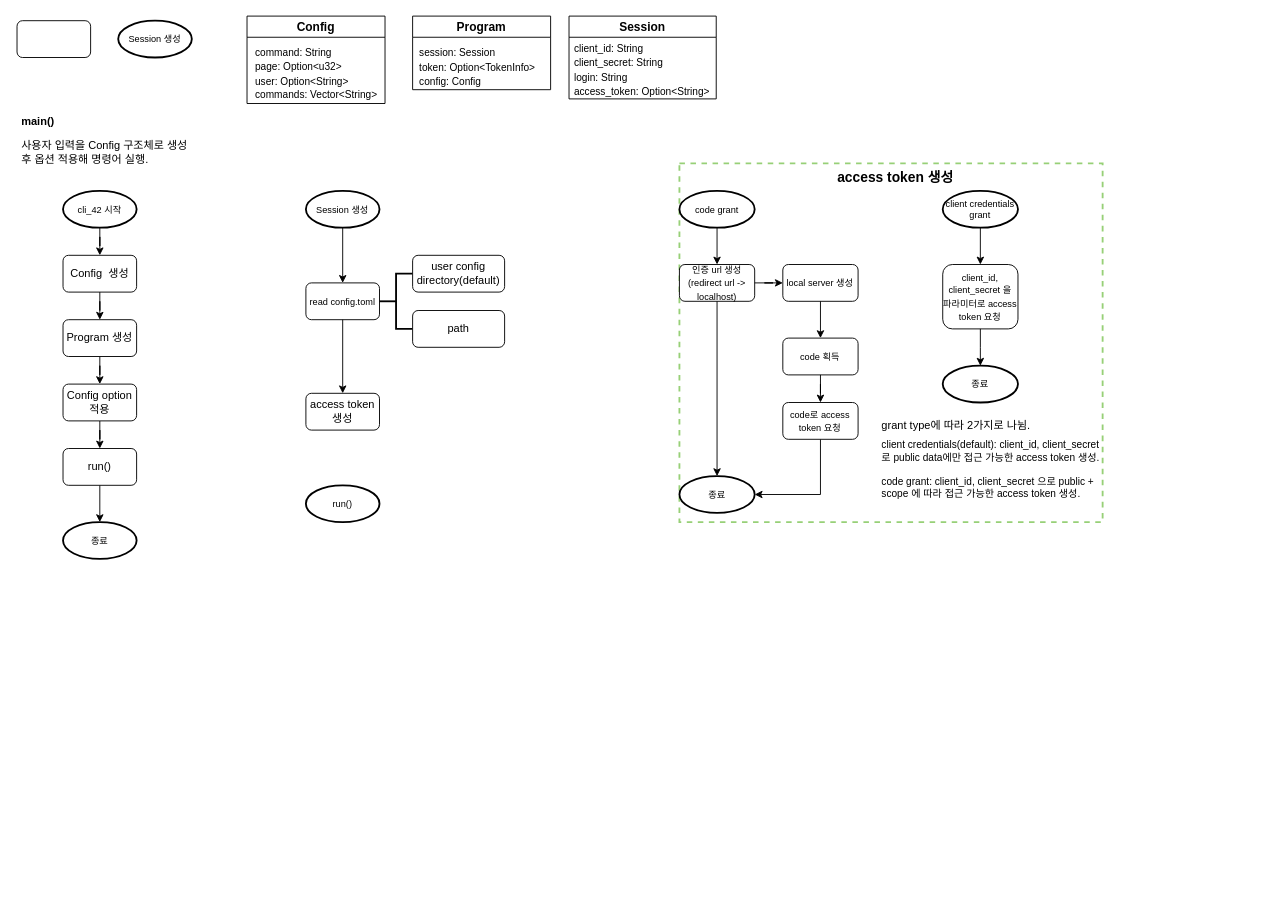
Before: Untitled Diagram.drawio in 42joonpark/icp, a draw.io diagram. Source tidied: cells renumbered, new cells numbered last; positions are measured from the earlier drawing's top-left corner, leaving out a move shared by most shapes. Both pictures are drawn from the tidied source at 92%, with x=0, y=0 at pixel (17, 16).
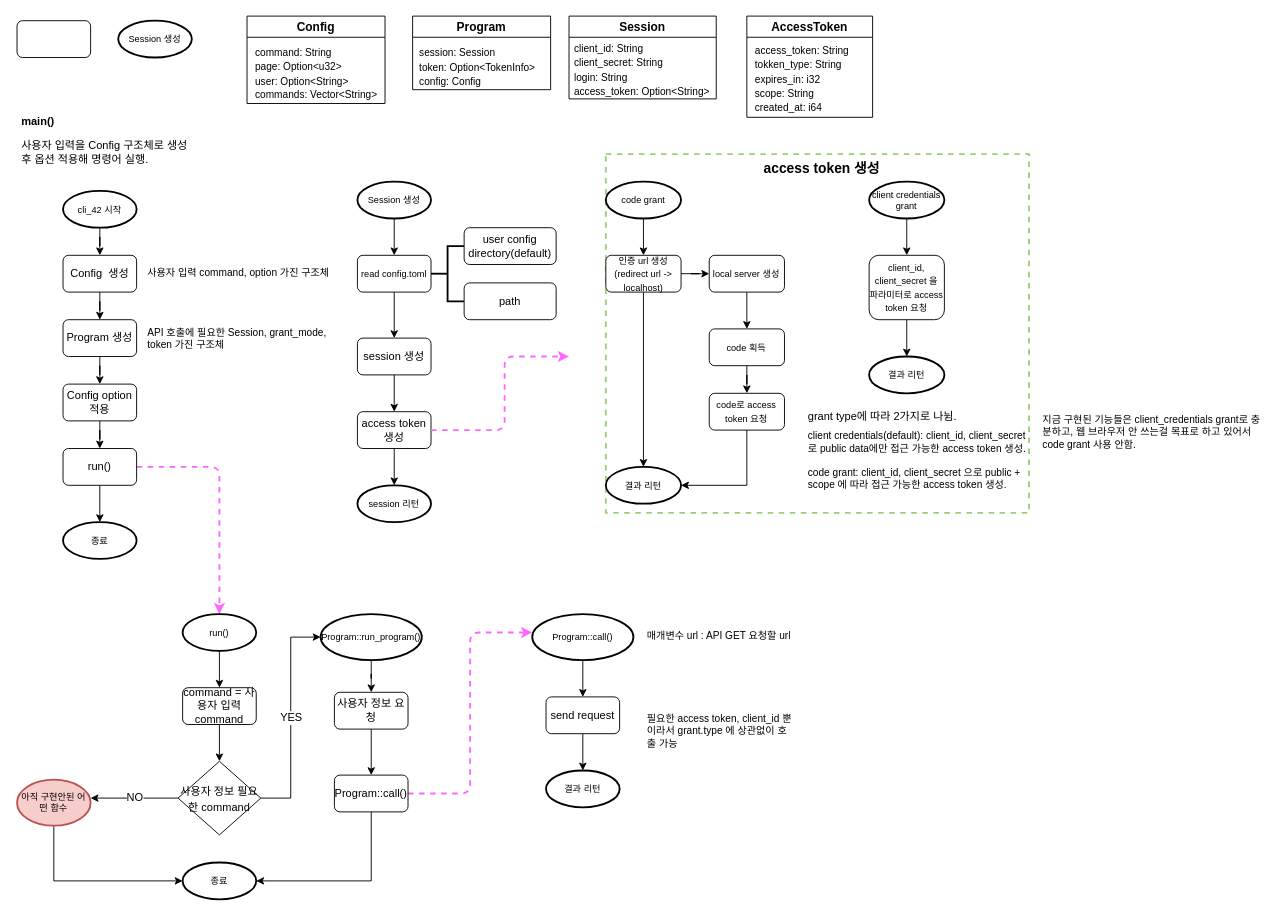
The same diagram, later.

The change refers to these unchanged cells:
```xml
<mxCell id="8" value="run()" style="rounded=1;whiteSpace=wrap;html=1;" parent="1" vertex="1">
  <mxGeometry x="50" y="470" width="80" height="40" as="geometry" />
</mxCell>
<mxCell id="33" style="group;strokeColor=none;strokeWidth=2;rounded=0;fillColor=none;perimeterSpacing=0;glass=0;sketch=0;shadow=0;" parent="32" vertex="1">
  <mxGeometry y="30" width="460" height="360" as="geometry" />
</mxCell>
```

Diff of the diagram source:
```diff
@@
+    <mxCell id="53" style="edgeStyle=orthogonalEdgeStyle;rounded=1;jettySize=auto;html=1;entryX=0.5;entryY=0;entryDx=0;entryDy=0;entryPerimeter=0;fontSize=12;dashed=1;strokeWidth=2;strokeColor=#FF66FF;" parent="1" edge="1" source="8" target="25">
+      <mxGeometry relative="1" as="geometry" />
+    </mxCell>
@@
-    <mxCell id="14" value="access token 생성" style="rounded=1;whiteSpace=wrap;html=1;" parent="1" vertex="1">
-      <mxGeometry x="314" y="410" width="80" height="40" as="geometry" />
-    </mxCell>
@@
-    <mxCell id="19" style="edgeStyle=orthogonalEdgeStyle;rounded=0;jettySize=auto;html=1;fontSize=11;" parent="1" edge="1" source="20" target="27">
-      <mxGeometry relative="1" as="geometry" />
-    </mxCell>
-    <mxCell id="20" value="&lt;font size=&quot;1&quot;&gt;Session 생성&lt;/font&gt;" style="strokeWidth=2;html=1;shape=mxgraph.flowchart.start_1;whiteSpace=wrap;fontSize=10;" parent="1" vertex="1">
-      <mxGeometry x="314" y="190" width="80" height="40" as="geometry" />
-    </mxCell>
@@
+    <mxCell id="54" style="edgeStyle=orthogonalEdgeStyle;rounded=0;jettySize=auto;html=1;fontSize=12;" parent="1" edge="1" source="25" target="58">
+      <mxGeometry relative="1" as="geometry" />
+    </mxCell>
     <mxCell id="25" value="&lt;font size=&quot;1&quot;&gt;run()&lt;/font&gt;" style="strokeWidth=2;html=1;shape=mxgraph.flowchart.start_1;whiteSpace=wrap;fontSize=10;" parent="1" vertex="1">
-      <mxGeometry x="314" y="510" width="80" height="40" as="geometry" />
+      <mxGeometry x="180" y="650" width="80" height="40" as="geometry" />
     </mxCell>
-    <mxCell id="26" style="group;" parent="1" vertex="1">
-      <mxGeometry x="314" y="260" width="216" height="100" as="geometry" />
-    </mxCell>
-    <mxCell id="27" value="&lt;font style=&quot;font-size: 10px&quot;&gt;read config.toml&lt;/font&gt;" style="rounded=1;whiteSpace=wrap;html=1;" parent="26" vertex="1">
-      <mxGeometry y="30" width="80" height="40" as="geometry" />
-    </mxCell>
-    <mxCell id="28" style="strokeWidth=2;html=1;shape=mxgraph.flowchart.annotation_2;align=left;labelPosition=right;fontSize=11;" parent="26" vertex="1">
-      <mxGeometry x="80" y="20" width="36" height="60" as="geometry" />
-    </mxCell>
-    <mxCell id="29" value="user config directory(default)" style="rounded=1;whiteSpace=wrap;html=1;" parent="26" vertex="1">
-      <mxGeometry x="116" width="100" height="40" as="geometry" />
-    </mxCell>
-    <mxCell id="30" value="path" style="rounded=1;whiteSpace=wrap;html=1;" parent="26" vertex="1">
-      <mxGeometry x="116" y="60" width="100" height="40" as="geometry" />
-    </mxCell>
-    <mxCell id="31" style="edgeStyle=orthogonalEdgeStyle;rounded=0;jettySize=auto;html=1;entryX=0.5;entryY=0;entryDx=0;entryDy=0;fontSize=11;" parent="1" edge="1" source="27" target="14">
-      <mxGeometry relative="1" as="geometry" />
-    </mxCell>
+    <mxCell id="55" value="AccessToken" style="swimlane;fontSize=13;startSize=23;" parent="1" vertex="1">
+      <mxGeometry x="793.3" width="136.7" height="110" as="geometry" />
+    </mxCell>
+    <mxCell id="56" value="&lt;div style=&quot;text-align: left&quot;&gt;&lt;span style=&quot;font-size: 11px&quot;&gt;access_token: String&lt;/span&gt;&lt;/div&gt;&lt;div style=&quot;text-align: left&quot;&gt;&lt;span style=&quot;font-size: 11px&quot;&gt;tokken_type: String&lt;/span&gt;&lt;/div&gt;&lt;div style=&quot;text-align: left&quot;&gt;&lt;span style=&quot;font-size: 11px&quot;&gt;expires_in: i32&lt;/span&gt;&lt;/div&gt;&lt;div style=&quot;text-align: left&quot;&gt;&lt;span style=&quot;font-size: 11px&quot;&gt;scope: String&lt;/span&gt;&lt;/div&gt;&lt;div style=&quot;text-align: left&quot;&gt;&lt;span style=&quot;font-size: 11px&quot;&gt;created_at: i64&lt;/span&gt;&lt;/div&gt;" style="text;html=1;align=center;verticalAlign=middle;strokeColor=none;fillColor=none;fontSize=13;" parent="55" vertex="1">
+      <mxGeometry y="23" width="120" height="90" as="geometry" />
+    </mxCell>
+    <mxCell id="57" style="edgeStyle=orthogonalEdgeStyle;rounded=0;jettySize=auto;html=1;entryX=0.5;entryY=0;entryDx=0;entryDy=0;entryPerimeter=0;fontSize=12;" parent="1" edge="1" source="58" target="63">
+      <mxGeometry relative="1" as="geometry" />
+    </mxCell>
+    <mxCell id="58" value="command = 사용자 입력 command" style="rounded=1;whiteSpace=wrap;html=1;" parent="1" vertex="1">
+      <mxGeometry x="180" y="730" width="80" height="40" as="geometry" />
+    </mxCell>
+    <mxCell id="59" style="edgeStyle=orthogonalEdgeStyle;rounded=0;jettySize=auto;html=1;fontSize=12;" parent="1" edge="1" source="60" target="66">
+      <mxGeometry relative="1" as="geometry" />
+    </mxCell>
+    <mxCell id="60" value="&lt;font size=&quot;1&quot;&gt;Program::run_program()&lt;/font&gt;" style="strokeWidth=2;html=1;shape=mxgraph.flowchart.start_1;whiteSpace=wrap;fontSize=10;" parent="1" vertex="1">
+      <mxGeometry x="330" y="650" width="110" height="50" as="geometry" />
+    </mxCell>
+    <mxCell id="61" value="YES" style="edgeStyle=orthogonalEdgeStyle;rounded=0;jettySize=auto;html=1;entryX=0;entryY=0.5;entryDx=0;entryDy=0;entryPerimeter=0;fontSize=12;" parent="1" edge="1" source="63" target="60">
+      <mxGeometry relative="1" as="geometry" />
+    </mxCell>
+    <mxCell id="62" value="NO" style="edgeStyle=orthogonalEdgeStyle;rounded=0;jettySize=auto;html=1;fontSize=12;" parent="1" edge="1" source="63">
+      <mxGeometry relative="1" as="geometry">
+        <mxPoint x="80" y="850" as="targetPoint" />
+      </mxGeometry>
+    </mxCell>
+    <mxCell id="63" value="&lt;span style=&quot;font-size: 12px&quot;&gt;사용자 정보 필요한 command&lt;/span&gt;" style="strokeWidth=1;html=1;shape=mxgraph.flowchart.decision;whiteSpace=wrap;rounded=0;shadow=0;glass=0;sketch=0;fontSize=15;fillColor=none;" parent="1" vertex="1">
+      <mxGeometry x="175" y="810" width="90" height="80" as="geometry" />
+    </mxCell>
+    <mxCell id="64" value="&lt;font size=&quot;1&quot;&gt;종료&lt;/font&gt;" style="strokeWidth=2;html=1;shape=mxgraph.flowchart.start_1;whiteSpace=wrap;fontSize=10;" parent="1" vertex="1">
+      <mxGeometry x="180" y="920" width="80" height="40" as="geometry" />
+    </mxCell>
+    <mxCell id="65" style="edgeStyle=orthogonalEdgeStyle;rounded=0;jettySize=auto;html=1;fontSize=12;" parent="1" edge="1" source="66" target="71">
+      <mxGeometry relative="1" as="geometry" />
+    </mxCell>
+    <mxCell id="66" value="사용자 정보 요청" style="rounded=1;whiteSpace=wrap;html=1;" parent="1" vertex="1">
+      <mxGeometry x="345" y="735" width="80" height="40" as="geometry" />
+    </mxCell>
+    <mxCell id="67" style="edgeStyle=orthogonalEdgeStyle;rounded=0;jettySize=auto;html=1;fontSize=12;entryX=0;entryY=0.5;entryDx=0;entryDy=0;entryPerimeter=0;" parent="1" edge="1" source="68" target="64">
+      <mxGeometry relative="1" as="geometry">
+        <Array as="points">
+          <mxPoint x="40" y="940" />
+        </Array>
+      </mxGeometry>
+    </mxCell>
+    <mxCell id="68" value="&lt;font size=&quot;1&quot;&gt;아직 구현안된 어떤 함수&lt;/font&gt;" style="strokeWidth=2;html=1;shape=mxgraph.flowchart.start_1;whiteSpace=wrap;fontSize=10;fillColor=#f8cecc;strokeColor=#b85450;" parent="1" vertex="1">
+      <mxGeometry y="830" width="80" height="50" as="geometry" />
+    </mxCell>
+    <mxCell id="69" style="edgeStyle=orthogonalEdgeStyle;rounded=0;jettySize=auto;html=1;entryX=1;entryY=0.5;entryDx=0;entryDy=0;entryPerimeter=0;fontSize=12;" parent="1" edge="1" source="71" target="64">
+      <mxGeometry relative="1" as="geometry">
+        <Array as="points">
+          <mxPoint x="385" y="940" />
+        </Array>
+      </mxGeometry>
+    </mxCell>
+    <mxCell id="70" style="edgeStyle=orthogonalEdgeStyle;rounded=1;jettySize=auto;html=1;entryX=0;entryY=0.4;entryDx=0;entryDy=0;entryPerimeter=0;dashed=1;fontSize=12;strokeColor=#FF66FF;strokeWidth=2;" parent="1" edge="1" source="71" target="73">
+      <mxGeometry relative="1" as="geometry" />
+    </mxCell>
+    <mxCell id="71" value="Program::call()" style="rounded=1;whiteSpace=wrap;html=1;" parent="1" vertex="1">
+      <mxGeometry x="345" y="825" width="80" height="40" as="geometry" />
+    </mxCell>
+    <mxCell id="72" style="edgeStyle=orthogonalEdgeStyle;rounded=0;jettySize=auto;html=1;entryX=0.5;entryY=0;entryDx=0;entryDy=0;fontSize=12;" parent="1" edge="1" source="73" target="76">
+      <mxGeometry relative="1" as="geometry" />
+    </mxCell>
+    <mxCell id="73" value="&lt;font size=&quot;1&quot;&gt;Program::call()&lt;/font&gt;" style="strokeWidth=2;html=1;shape=mxgraph.flowchart.start_1;whiteSpace=wrap;fontSize=10;" parent="1" vertex="1">
+      <mxGeometry x="560" y="650" width="110" height="50" as="geometry" />
+    </mxCell>
+    <mxCell id="74" value="&lt;br&gt;매개변수 url : API GET 요청할 url" style="text;html=1;strokeColor=none;fillColor=none;spacing=5;spacingTop=-20;whiteSpace=wrap;overflow=hidden;rounded=0;fontSize=11;" parent="1" vertex="1">
+      <mxGeometry x="680" y="665" width="170" height="20" as="geometry" />
+    </mxCell>
+    <mxCell id="75" style="edgeStyle=orthogonalEdgeStyle;rounded=0;jettySize=auto;html=1;fontSize=12;" parent="1" edge="1" source="76" target="78">
+      <mxGeometry relative="1" as="geometry" />
+    </mxCell>
+    <mxCell id="76" value="send request" style="rounded=1;whiteSpace=wrap;html=1;" parent="1" vertex="1">
+      <mxGeometry x="575" y="740" width="80" height="40" as="geometry" />
+    </mxCell>
+    <mxCell id="77" value="&lt;br&gt;필요한 access token, client_id 뿐이라서 grant.type 에 상관없이 호출 가능" style="text;html=1;strokeColor=none;fillColor=none;spacing=5;spacingTop=-20;whiteSpace=wrap;overflow=hidden;rounded=0;fontSize=11;" parent="1" vertex="1">
+      <mxGeometry x="680" y="755" width="170" height="45" as="geometry" />
+    </mxCell>
+    <mxCell id="78" value="&lt;font size=&quot;1&quot;&gt;결과 리턴&lt;/font&gt;" style="strokeWidth=2;html=1;shape=mxgraph.flowchart.start_1;whiteSpace=wrap;fontSize=10;" parent="1" vertex="1">
+      <mxGeometry x="575" y="820" width="80" height="40" as="geometry" />
+    </mxCell>
+    <mxCell id="79" style="group;" parent="1" vertex="1">
+      <mxGeometry x="640" y="150" width="715.3" height="390" as="geometry" />
+    </mxCell>
-    <mxCell id="32" style="group;strokeColor=#97D077;dashed=1;strokeWidth=2;" parent="1" vertex="1">
-      <mxGeometry x="720" y="160" width="460" height="390" as="geometry" />
+    <mxCell id="32" style="group;strokeColor=#97D077;dashed=1;strokeWidth=2;" parent="79" vertex="1">
+      <mxGeometry width="460" height="390" as="geometry" />
     </mxCell>
@@
-    <mxCell id="39" value="&lt;font size=&quot;1&quot;&gt;종료&lt;/font&gt;" style="strokeWidth=2;html=1;shape=mxgraph.flowchart.start_1;whiteSpace=wrap;fontSize=10;" parent="33" vertex="1">
+    <mxCell id="39" value="&lt;font size=&quot;1&quot;&gt;결과 리턴&lt;/font&gt;" style="strokeWidth=2;html=1;shape=mxgraph.flowchart.start_1;whiteSpace=wrap;fontSize=10;" parent="33" vertex="1">
       <mxGeometry y="310" width="81.8" height="40" as="geometry" />
     </mxCell>
@@
-    <mxCell id="49" value="&lt;font size=&quot;1&quot;&gt;종료&lt;/font&gt;" style="strokeWidth=2;html=1;shape=mxgraph.flowchart.start_1;whiteSpace=wrap;fontSize=10;" parent="33" vertex="1">
+    <mxCell id="49" value="&lt;font size=&quot;1&quot;&gt;결과 리턴&lt;/font&gt;" style="strokeWidth=2;html=1;shape=mxgraph.flowchart.start_1;whiteSpace=wrap;fontSize=10;" parent="33" vertex="1">
       <mxGeometry x="286.2" y="190" width="81.8" height="40" as="geometry" />
     </mxCell>
@@
+    <mxCell id="80" value="&lt;br&gt;지금 구현된 기능들은 client_credentials grant로 충분하고, 웹 브라우저 안 쓰는걸 목표로 하고 있어서 code grant 사용 안함." style="text;html=1;strokeColor=none;fillColor=none;spacing=5;spacingTop=-20;whiteSpace=wrap;overflow=hidden;rounded=0;fontSize=11;" parent="79" vertex="1">
+      <mxGeometry x="470" y="280" width="245.3" height="50" as="geometry" />
+    </mxCell>
+    <mxCell id="81" style="group;" parent="1" vertex="1">
+      <mxGeometry x="370" y="180" width="216" height="370" as="geometry" />
+    </mxCell>
+    <mxCell id="14" value="session 생성" style="rounded=1;whiteSpace=wrap;html=1;" parent="81" vertex="1">
+      <mxGeometry y="170" width="80" height="40" as="geometry" />
+    </mxCell>
+    <mxCell id="20" value="&lt;font size=&quot;1&quot;&gt;Session 생성&lt;/font&gt;" style="strokeWidth=2;html=1;shape=mxgraph.flowchart.start_1;whiteSpace=wrap;fontSize=10;" parent="81" vertex="1">
+      <mxGeometry width="80" height="40" as="geometry" />
+    </mxCell>
+    <mxCell id="26" style="group;" parent="81" vertex="1">
+      <mxGeometry y="50" width="216" height="100" as="geometry" />
+    </mxCell>
+    <mxCell id="27" value="&lt;font style=&quot;font-size: 10px&quot;&gt;read config.toml&lt;/font&gt;" style="rounded=1;whiteSpace=wrap;html=1;" parent="26" vertex="1">
+      <mxGeometry y="30" width="80" height="40" as="geometry" />
+    </mxCell>
+    <mxCell id="28" style="strokeWidth=2;html=1;shape=mxgraph.flowchart.annotation_2;align=left;labelPosition=right;fontSize=11;" parent="26" vertex="1">
+      <mxGeometry x="80" y="20" width="36" height="60" as="geometry" />
+    </mxCell>
+    <mxCell id="29" value="user config directory(default)" style="rounded=1;whiteSpace=wrap;html=1;" parent="26" vertex="1">
+      <mxGeometry x="116" width="100" height="40" as="geometry" />
+    </mxCell>
+    <mxCell id="30" value="path" style="rounded=1;whiteSpace=wrap;html=1;" parent="26" vertex="1">
+      <mxGeometry x="116" y="60" width="100" height="40" as="geometry" />
+    </mxCell>
+    <mxCell id="19" style="edgeStyle=orthogonalEdgeStyle;rounded=0;jettySize=auto;html=1;fontSize=11;" parent="81" edge="1" source="20" target="27">
+      <mxGeometry relative="1" as="geometry" />
+    </mxCell>
+    <mxCell id="31" style="edgeStyle=orthogonalEdgeStyle;rounded=0;jettySize=auto;html=1;entryX=0.5;entryY=0;entryDx=0;entryDy=0;fontSize=11;" parent="81" edge="1" source="27" target="14">
+      <mxGeometry relative="1" as="geometry" />
+    </mxCell>
+    <mxCell id="82" value="access token 생성" style="rounded=1;whiteSpace=wrap;html=1;" parent="81" vertex="1">
+      <mxGeometry y="250" width="80" height="40" as="geometry" />
+    </mxCell>
+    <mxCell id="83" style="edgeStyle=orthogonalEdgeStyle;rounded=0;jettySize=auto;html=1;fontSize=15;" parent="81" edge="1" source="14" target="82">
+      <mxGeometry relative="1" as="geometry" />
+    </mxCell>
+    <mxCell id="84" value="&lt;font size=&quot;1&quot;&gt;session 리턴&lt;/font&gt;" style="strokeWidth=2;html=1;shape=mxgraph.flowchart.start_1;whiteSpace=wrap;fontSize=10;" parent="81" vertex="1">
+      <mxGeometry y="330" width="80" height="40" as="geometry" />
+    </mxCell>
+    <mxCell id="85" style="edgeStyle=orthogonalEdgeStyle;rounded=0;jettySize=auto;html=1;fontSize=15;" parent="81" edge="1" source="82" target="84">
+      <mxGeometry relative="1" as="geometry" />
+    </mxCell>
+    <mxCell id="86" value="&lt;br&gt;사용자 입력 command, option 가진 구조체" style="text;html=1;strokeColor=none;fillColor=none;spacing=5;spacingTop=-20;whiteSpace=wrap;overflow=hidden;rounded=0;fontSize=11;" parent="1" vertex="1">
+      <mxGeometry x="137.3" y="270" width="207.7" height="20" as="geometry" />
+    </mxCell>
+    <mxCell id="87" value="&lt;br&gt;API 호출에 필요한 Session, grant_mode, token 가진 구조체" style="text;html=1;strokeColor=none;fillColor=none;spacing=5;spacingTop=-20;whiteSpace=wrap;overflow=hidden;rounded=0;fontSize=11;" parent="1" vertex="1">
+      <mxGeometry x="137.3" y="335" width="207.7" height="30" as="geometry" />
+    </mxCell>
+    <mxCell id="88" style="edgeStyle=orthogonalEdgeStyle;rounded=1;jettySize=auto;html=1;fontSize=12;strokeColor=#FF66FF;strokeWidth=2;dashed=1;" parent="1" edge="1" source="82">
+      <mxGeometry relative="1" as="geometry">
+        <mxPoint x="600" y="370" as="targetPoint" />
+        <Array as="points">
+          <mxPoint x="530" y="450" />
+          <mxPoint x="530" y="370" />
+        </Array>
+      </mxGeometry>
+    </mxCell>
```
